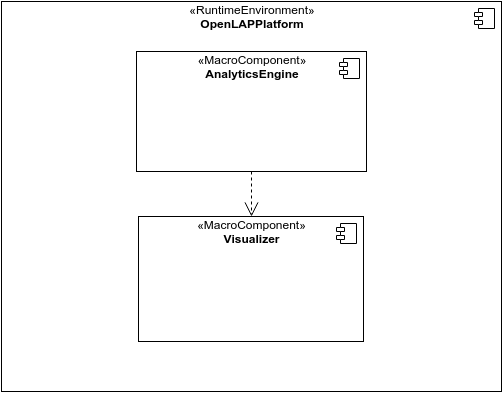
Above: Wiki/4.Views/4.4.2.Context_Diagram.png in OpenLearningAnalyticsPlatform/OpenLAP-Architecture (draw.io), before the change. Source tidied: cells renumbered, new cells last; positions are measured from the earlier drawing's top-left corner, leaving out a move shared by most shapes. The source it was exported from:
```xml
<mxGraphModel background="#ffffff">
  <root>
    <mxCell id="0" />
    <mxCell id="1" parent="0" />
    <mxCell id="2" value="«RuntimeEnvironment»&lt;br&gt;&lt;b&gt;OpenLAPPlatform&lt;/b&gt;" style="overflow=fill;html=1;align=center;" parent="1" vertex="1">
      <mxGeometry width="500" height="390" as="geometry" />
    </mxCell>
    <mxCell id="3" style="shape=component;jettyWidth=8;jettyHeight=4;" parent="2" vertex="1">
      <mxGeometry x="1" width="20" height="20" relative="1" as="geometry">
        <mxPoint x="-27" y="7" as="offset" />
      </mxGeometry>
    </mxCell>
    <mxCell id="4" value="«MacroComponent»&lt;br&gt;&lt;b&gt;AnalyticsEngine&lt;/b&gt;" style="overflow=fill;html=1;align=center;" parent="2" vertex="1">
      <mxGeometry x="135" y="50" width="230" height="120" as="geometry" />
    </mxCell>
    <mxCell id="5" style="shape=component;jettyWidth=8;jettyHeight=4;" parent="4" vertex="1">
      <mxGeometry x="1" width="20" height="20" relative="1" as="geometry">
        <mxPoint x="-27" y="7" as="offset" />
      </mxGeometry>
    </mxCell>
    <mxCell id="6" value="«MacroComponent»&lt;br&gt;&lt;b&gt;Visualizer&lt;/b&gt;" style="overflow=fill;html=1;align=center;" parent="2" vertex="1">
      <mxGeometry x="137" y="215" width="225" height="125" as="geometry" />
    </mxCell>
    <mxCell id="7" style="shape=component;jettyWidth=8;jettyHeight=4;" parent="6" vertex="1">
      <mxGeometry x="1" width="20" height="20" relative="1" as="geometry">
        <mxPoint x="-27" y="7" as="offset" />
      </mxGeometry>
    </mxCell>
    <mxCell id="8" style="endArrow=open;endSize=12;dashed=1;html=1;exitX=0.5;exitY=1;entryX=0.5;entryY=0;" parent="2" edge="1" source="4" target="6">
      <mxGeometry relative="1" as="geometry" />
    </mxCell>
  </root>
</mxGraphModel>
```
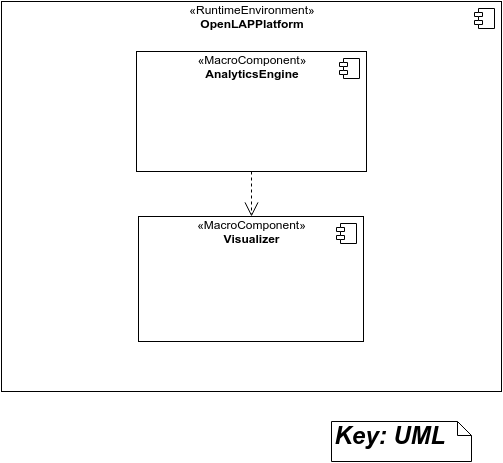
After the change.

Commit message:
Adding the Key:UML notice

The edit, as a diff of the source:
```diff
@@ -29,5 +29,8 @@
     <mxCell id="8" style="endArrow=open;endSize=12;dashed=1;html=1;exitX=0.5;exitY=1;entryX=0.5;entryY=0;" parent="2" edge="1" source="4" target="6">
       <mxGeometry relative="1" as="geometry" />
     </mxCell>
+    <mxCell id="9" value="&lt;div style=&quot;text-align: center&quot;&gt;&lt;span style=&quot;line-height: 1.2&quot;&gt;&lt;b&gt;&lt;font style=&quot;font-size: 24px&quot;&gt;&lt;i&gt;Key: UML&lt;/i&gt;&lt;/font&gt;&lt;/b&gt;&lt;/span&gt;&lt;/div&gt;" style="shape=note;whiteSpace=wrap;html=1;size=14;verticalAlign=top;align=left;spacingTop=-6;" parent="1" vertex="1">
+      <mxGeometry x="330" y="420" width="140" height="40" as="geometry" />
+    </mxCell>
   </root>
 </mxGraphModel>
```
